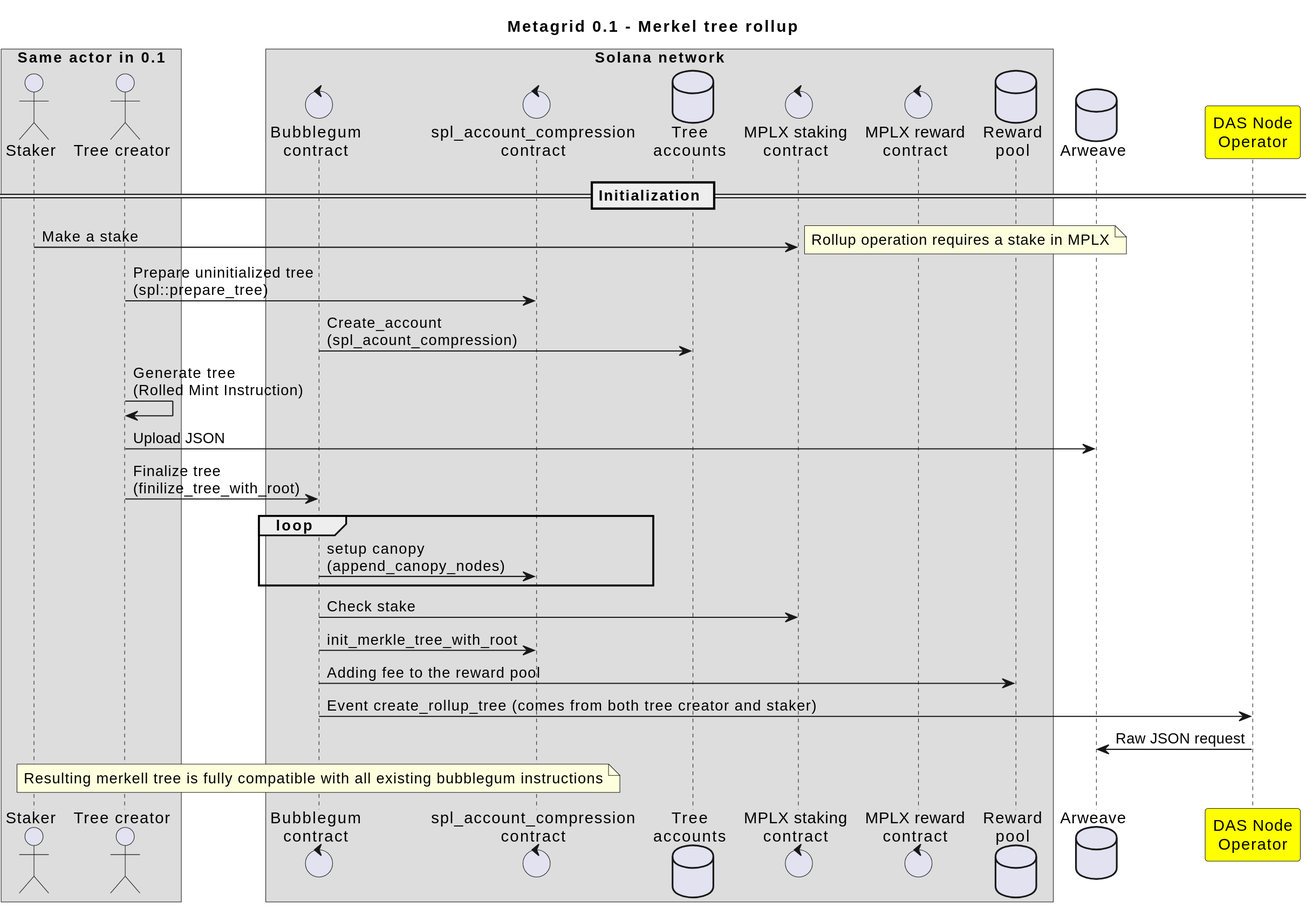
This is doc/img/create_rollup-0.1.svg from metaplex-foundation/aura, a PlantUML export, as it was before one commit. Its diagram source:
```plantuml
@startuml
title Metagrid 0.1 - Merkel tree rollup
scale 1.5

box "Same actor in 0.1"
    actor "Staker" as Staker
    actor  "Tree creator" as TreeCreator
end box
box "Solana network"
    control    "Bubblegum\ncontract"  as Bubblegum
    control "spl_account_compression\ncontract" as SplAccountCompression
    database "Tree\naccounts" as Solana
    control "MPLX staking\ncontract" as StakingContract
    control "MPLX reward\ncontract" as RewardContract
    database "Reward\npool" as RewardPool
end box
database "Arweave" as Arweave
participant "DAS Node\nOperator" as DASNode #yellow


== Initialization ==

Staker -> StakingContract : Make a stake
note right
  Rollup operation requires a stake in MPLX
end note


TreeCreator -> SplAccountCompression : Prepare uninitialized tree\n(spl::prepare_tree)
Bubblegum -> Solana : Create_account\n(spl_acount_compression)

TreeCreator -> TreeCreator : Generate tree\n(Rolled Mint Instruction)
TreeCreator -> Arweave : Upload JSON

TreeCreator -> Bubblegum : Finalize tree\n(finilize_tree_with_root)
loop
  Bubblegum -> SplAccountCompression : setup canopy\n(append_canopy_nodes)
end

Bubblegum -> StakingContract : Check stake
Bubblegum -> SplAccountCompression : init_merkle_tree_with_root
Bubblegum -> RewardPool : Adding fee to the reward pool

Bubblegum -> DASNode : Event create_rollup_tree (comes from both tree creator and staker)
DASNode -> Arweave : Raw JSON request

note over Bubblegum
Resulting merkell tree is fully compatible with all existing bubblegum instructions
end note
@enduml
```
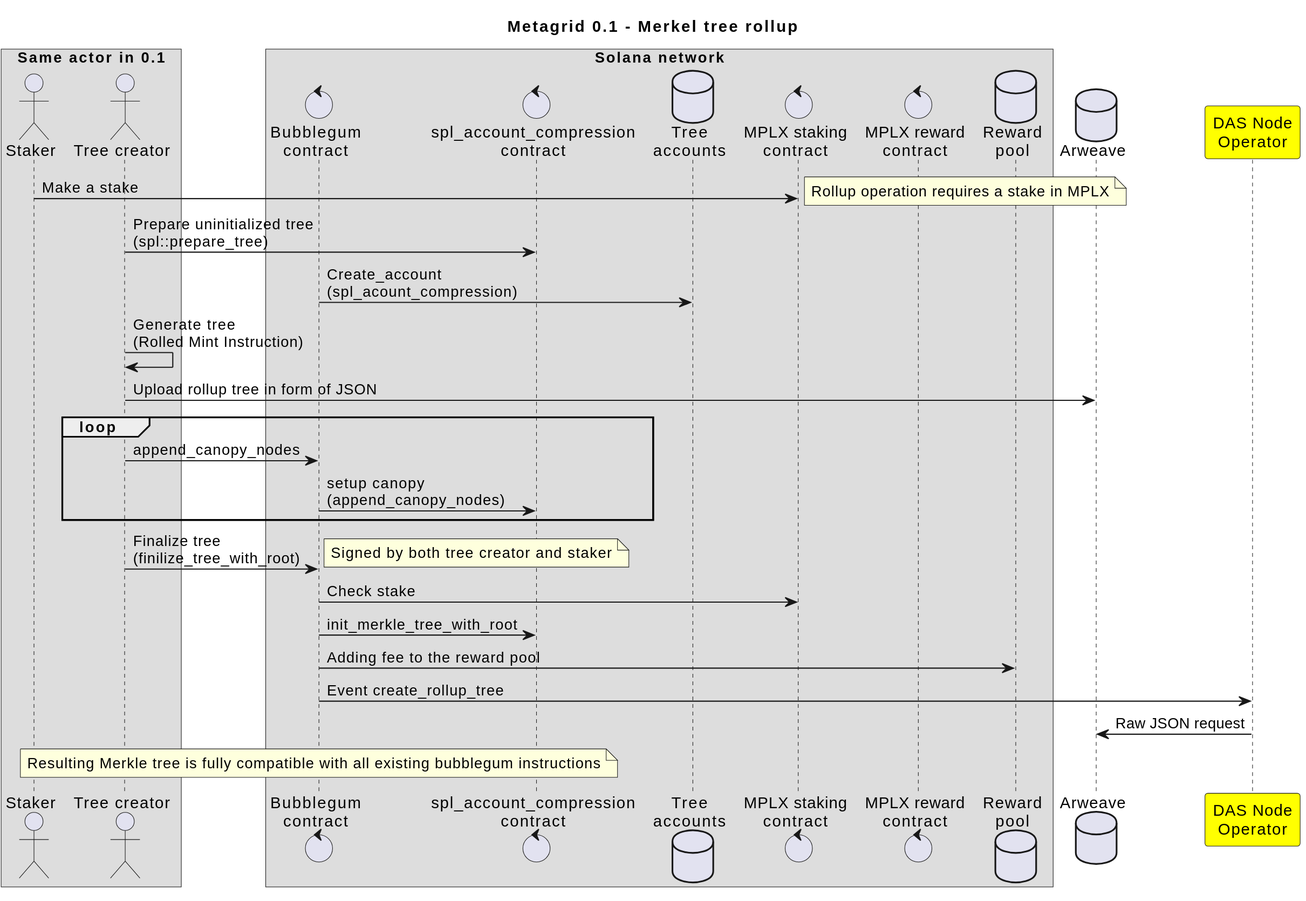
After the change.

Commit message:
Add staking reward diagram

The edit, as a diff of the source:
```diff
@@ -7,7 +7,7 @@
     actor  "Tree creator" as TreeCreator
 end box
 box "Solana network"
-    control    "Bubblegum\ncontract"  as Bubblegum
+    control "Bubblegum\ncontract"  as Bubblegum
     control "spl_account_compression\ncontract" as SplAccountCompression
     database "Tree\naccounts" as Solana
     control "MPLX staking\ncontract" as StakingContract
@@ -17,8 +17,6 @@
 database "Arweave" as Arweave
 participant "DAS Node\nOperator" as DASNode #yellow
 
-
-== Initialization ==
 
 Staker -> StakingContract : Make a stake
 note right
@@ -30,21 +28,25 @@
 Bubblegum -> Solana : Create_account\n(spl_acount_compression)
 
 TreeCreator -> TreeCreator : Generate tree\n(Rolled Mint Instruction)
-TreeCreator -> Arweave : Upload JSON
+TreeCreator -> Arweave : Upload rollup tree in form of JSON
 
-TreeCreator -> Bubblegum : Finalize tree\n(finilize_tree_with_root)
 loop
+  TreeCreator -> Bubblegum: append_canopy_nodes
   Bubblegum -> SplAccountCompression : setup canopy\n(append_canopy_nodes)
 end
+TreeCreator -> Bubblegum : Finalize tree\n(finilize_tree_with_root)
+note right
+  Signed by both tree creator and staker
+end note
 
 Bubblegum -> StakingContract : Check stake
 Bubblegum -> SplAccountCompression : init_merkle_tree_with_root
 Bubblegum -> RewardPool : Adding fee to the reward pool
 
-Bubblegum -> DASNode : Event create_rollup_tree (comes from both tree creator and staker)
+Bubblegum -> DASNode : Event create_rollup_tree
 DASNode -> Arweave : Raw JSON request
 
 note over Bubblegum
-Resulting merkell tree is fully compatible with all existing bubblegum instructions
+Resulting Merkle tree is fully compatible with all existing bubblegum instructions
 end note
 @enduml
```
